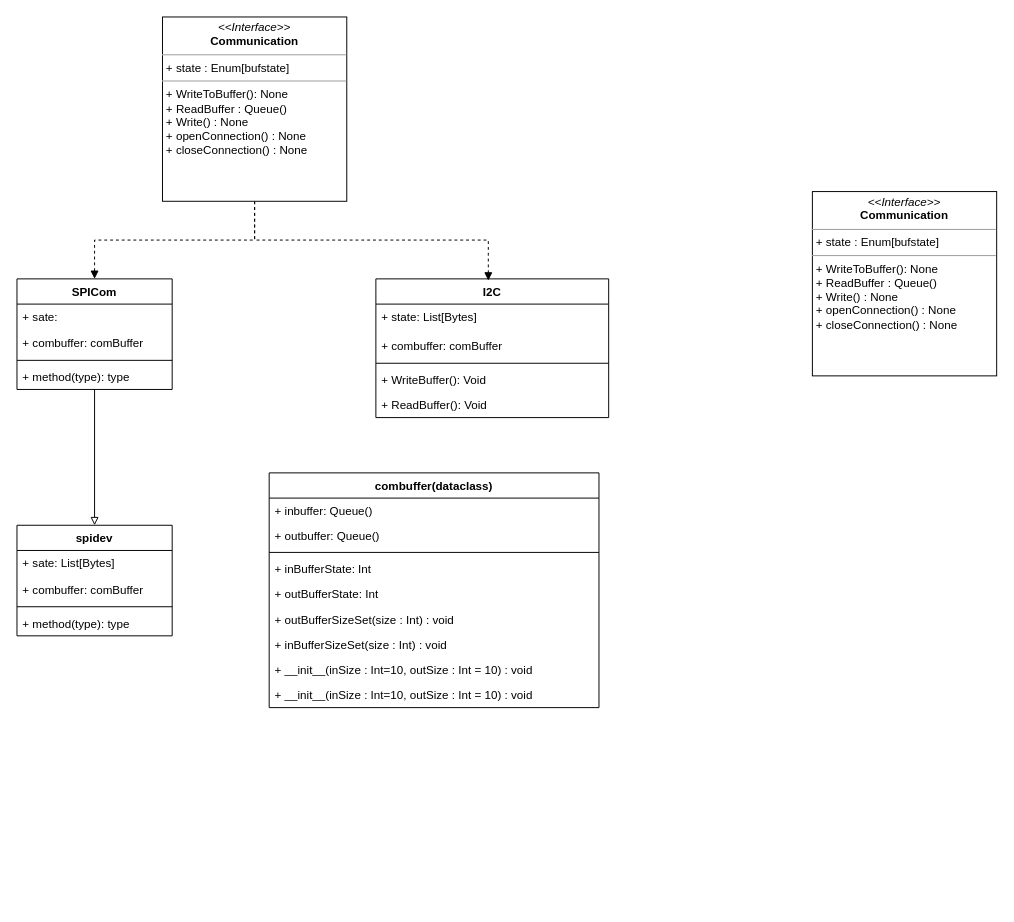
Earlier version of the draw.io diagram spidev_runner.drawio (Environment-bot/rpi_spi_TA). Source tidied: cells renumbered, new cells numbered last; positions are measured from the earlier drawing's top-left corner, leaving out a move shared by most shapes. Both pictures are drawn from the tidied source at 97%, with x=0, y=0 at pixel (16, 16).
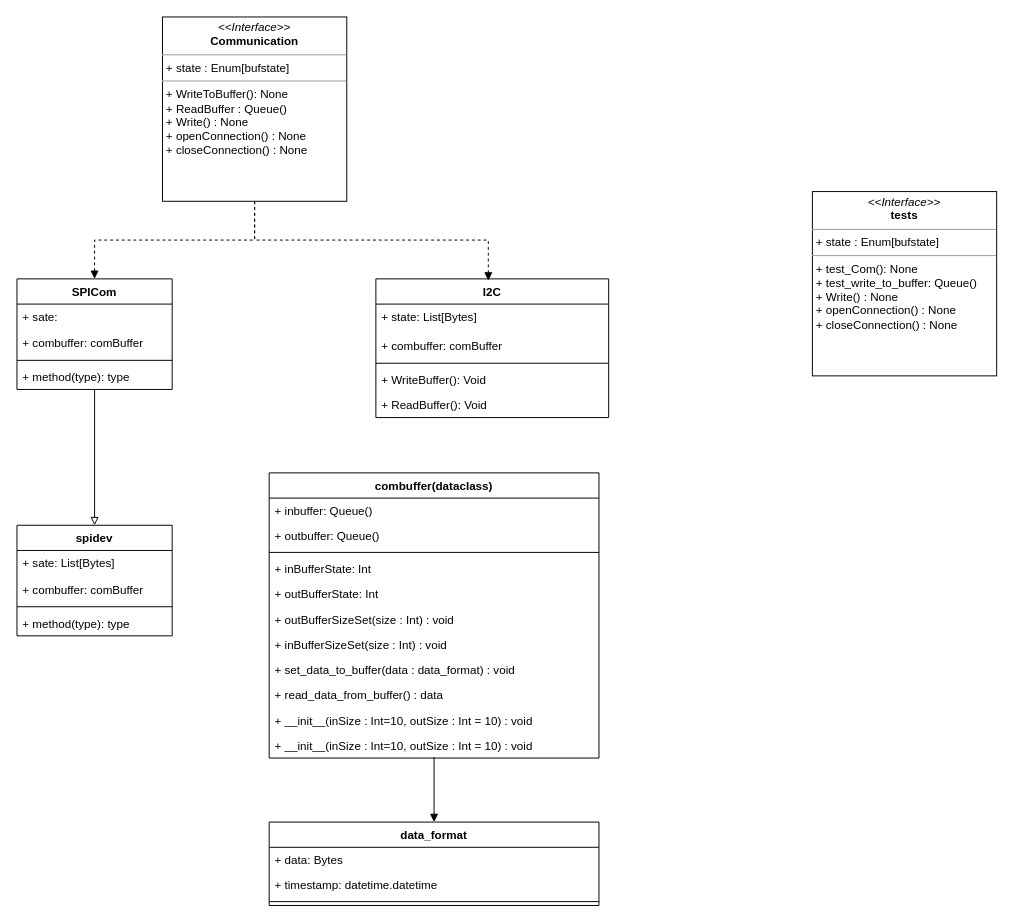
The same diagram, later.

Diff of the diagram source:
```diff
@@
     <mxCell id="16" value="combuffer(dataclass)" style="swimlane;fontStyle=1;align=center;verticalAlign=top;horizontal=1;startSize=26;" parent="1" vertex="1">
-      <mxGeometry x="260" y="470" width="340" height="242" as="geometry" />
+      <mxGeometry x="260" y="470" width="340" height="294" as="geometry" />
     </mxCell>
@@
+    <mxCell id="33" value="+ set_data_to_buffer(data : data_format) : void" style="text;strokeColor=none;fillColor=none;align=left;verticalAlign=top;spacingLeft=4;spacingRight=4;overflow=hidden;" parent="16" vertex="1">
+      <mxGeometry y="190" width="340" height="26" as="geometry" />
+    </mxCell>
+    <mxCell id="34" value="+ read_data_from_buffer() : data" style="text;strokeColor=none;fillColor=none;align=left;verticalAlign=top;spacingLeft=4;spacingRight=4;overflow=hidden;" parent="16" vertex="1">
+      <mxGeometry y="216" width="340" height="26" as="geometry" />
+    </mxCell>
     <mxCell id="24" value="+ __init__(inSize : Int=10, outSize : Int = 10) : void" style="text;strokeColor=none;fillColor=none;align=left;verticalAlign=top;spacingLeft=4;spacingRight=4;overflow=hidden;" parent="16" vertex="1">
-      <mxGeometry y="190" width="340" height="26" as="geometry" />
+      <mxGeometry y="242" width="340" height="26" as="geometry" />
     </mxCell>
     <mxCell id="25" value="+ __init__(inSize : Int=10, outSize : Int = 10) : void" style="text;strokeColor=none;fillColor=none;align=left;verticalAlign=top;spacingLeft=4;spacingRight=4;overflow=hidden;points=[[0,0.5],[1,0.5]];portConstraint=eastwest;" parent="16" vertex="1">
-      <mxGeometry y="216" width="340" height="26" as="geometry" />
+      <mxGeometry y="268" width="340" height="26" as="geometry" />
     </mxCell>
@@
-    <mxCell id="32" value="&lt;p style=&quot;margin:0px;margin-top:4px;text-align:center;&quot;&gt;&lt;i&gt;&amp;lt;&amp;lt;Interface&amp;gt;&amp;gt;&lt;/i&gt;&lt;br&gt;&lt;b&gt;Communication&lt;/b&gt;&lt;/p&gt;&lt;hr size=&quot;1&quot;&gt;&lt;p style=&quot;margin:0px;margin-left:4px;&quot;&gt;+ state : Enum[bufstate]&lt;br&gt;&lt;/p&gt;&lt;hr size=&quot;1&quot;&gt;&lt;p style=&quot;margin:0px;margin-left:4px;&quot;&gt;+ WriteToBuffer(): None&lt;br&gt;+ ReadBuffer : Queue()&lt;/p&gt;&lt;p style=&quot;margin:0px;margin-left:4px;&quot;&gt;+ Write() : None&lt;/p&gt;&lt;p style=&quot;margin:0px;margin-left:4px;&quot;&gt;+ openConnection() : None&lt;/p&gt;&lt;p style=&quot;margin:0px;margin-left:4px;&quot;&gt;+ closeConnection() : None&lt;/p&gt;&lt;p style=&quot;margin:0px;margin-left:4px;&quot;&gt;&lt;br&gt;&lt;/p&gt;&lt;p style=&quot;margin:0px;margin-left:4px;&quot;&gt;&lt;br&gt;&lt;/p&gt;&lt;p style=&quot;margin:0px;margin-left:4px;&quot;&gt;&lt;br&gt;&lt;/p&gt;&lt;p style=&quot;margin:0px;margin-left:4px;&quot;&gt;&lt;br&gt;&lt;/p&gt;" style="verticalAlign=top;align=left;overflow=fill;fontSize=12;fontFamily=Helvetica;html=1;" parent="1" vertex="1">
+    <mxCell id="32" value="&lt;p style=&quot;margin:0px;margin-top:4px;text-align:center;&quot;&gt;&lt;i&gt;&amp;lt;&amp;lt;Interface&amp;gt;&amp;gt;&lt;/i&gt;&lt;br&gt;&lt;b&gt;tests&lt;/b&gt;&lt;/p&gt;&lt;hr size=&quot;1&quot;&gt;&lt;p style=&quot;margin:0px;margin-left:4px;&quot;&gt;+ state : Enum[bufstate]&lt;br&gt;&lt;/p&gt;&lt;hr size=&quot;1&quot;&gt;&lt;p style=&quot;margin:0px;margin-left:4px;&quot;&gt;+ test_Com(): None&lt;br&gt;+ test_write_to_buffer: Queue()&lt;/p&gt;&lt;p style=&quot;margin:0px;margin-left:4px;&quot;&gt;+ Write() : None&lt;/p&gt;&lt;p style=&quot;margin:0px;margin-left:4px;&quot;&gt;+ openConnection() : None&lt;/p&gt;&lt;p style=&quot;margin:0px;margin-left:4px;&quot;&gt;+ closeConnection() : None&lt;/p&gt;&lt;p style=&quot;margin:0px;margin-left:4px;&quot;&gt;&lt;br&gt;&lt;/p&gt;&lt;p style=&quot;margin:0px;margin-left:4px;&quot;&gt;&lt;br&gt;&lt;/p&gt;&lt;p style=&quot;margin:0px;margin-left:4px;&quot;&gt;&lt;br&gt;&lt;/p&gt;&lt;p style=&quot;margin:0px;margin-left:4px;&quot;&gt;&lt;br&gt;&lt;/p&gt;" style="verticalAlign=top;align=left;overflow=fill;fontSize=12;fontFamily=Helvetica;html=1;" parent="1" vertex="1">
       <mxGeometry x="820" y="180" width="190" height="190" as="geometry" />
     </mxCell>
+    <mxCell id="35" style="edgeStyle=orthogonalEdgeStyle;rounded=0;jettySize=auto;html=1;exitX=0.5;exitY=0;exitDx=0;exitDy=0;entryX=0.5;entryY=0.962;entryDx=0;entryDy=0;entryPerimeter=0;endArrow=none;endFill=0;startArrow=block;startFill=1;" parent="1" edge="1" source="36" target="25">
+      <mxGeometry relative="1" as="geometry" />
+    </mxCell>
+    <mxCell id="36" value="data_format" style="swimlane;fontStyle=1;align=center;verticalAlign=top;horizontal=1;startSize=26;" parent="1" vertex="1">
+      <mxGeometry x="260" y="830" width="340" height="86" as="geometry" />
+    </mxCell>
+    <mxCell id="37" value="+ data: Bytes" style="text;strokeColor=none;fillColor=none;align=left;verticalAlign=top;spacingLeft=4;spacingRight=4;overflow=hidden;" parent="36" vertex="1">
+      <mxGeometry y="26" width="340" height="26" as="geometry" />
+    </mxCell>
+    <mxCell id="38" value="+ timestamp: datetime.datetime" style="text;strokeColor=none;fillColor=none;align=left;verticalAlign=top;spacingLeft=4;spacingRight=4;overflow=hidden;" parent="36" vertex="1">
+      <mxGeometry y="52" width="340" height="26" as="geometry" />
+    </mxCell>
+    <mxCell id="39" style="line;strokeWidth=1;fillColor=none;align=left;verticalAlign=middle;spacingTop=-1;spacingLeft=3;spacingRight=3;labelPosition=right;strokeColor=inherit;" parent="36" vertex="1">
+      <mxGeometry y="78" width="340" height="8" as="geometry" />
+    </mxCell>
```
